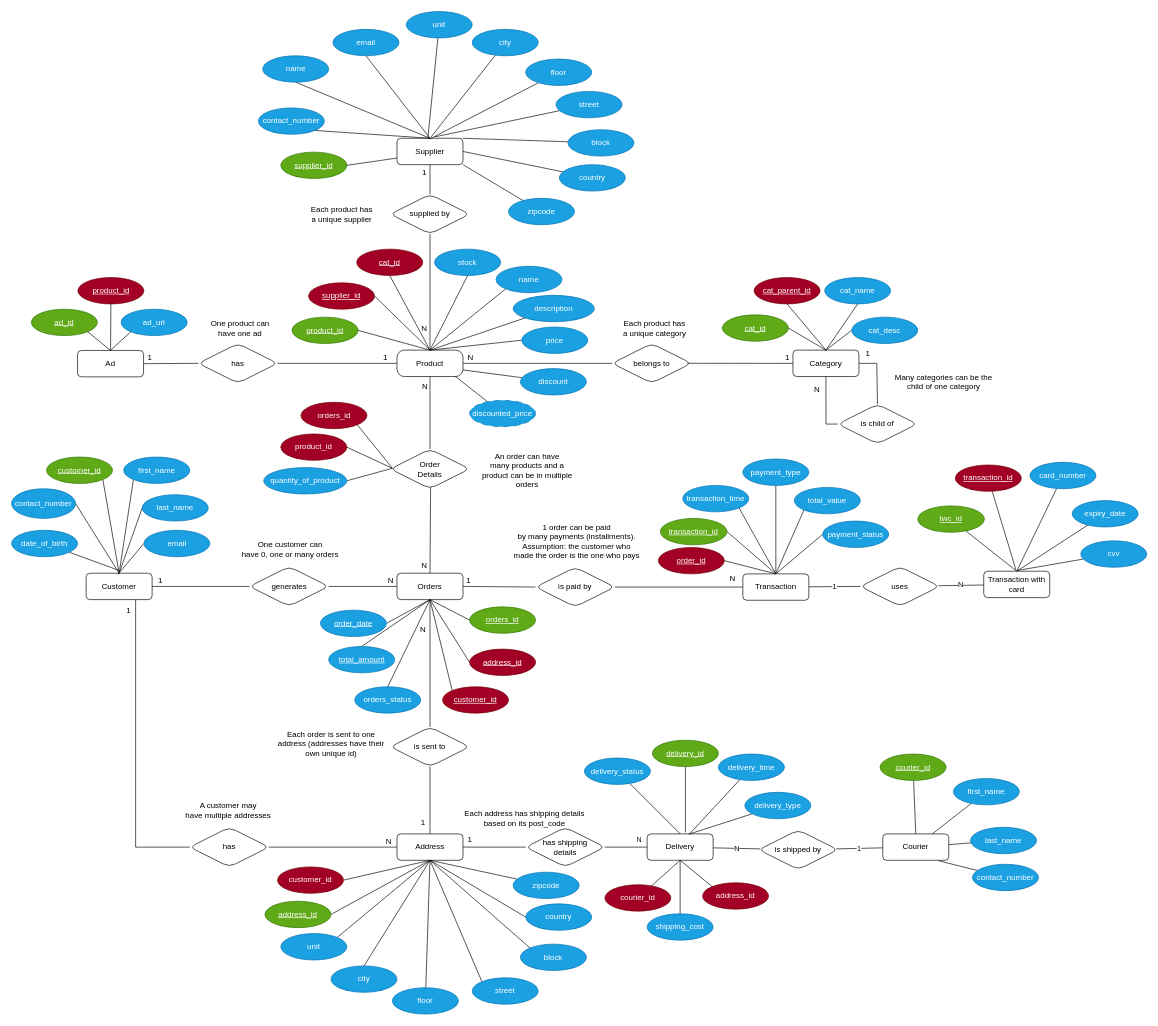
Earlier version of the draw.io diagram E_R_Diagram/final_ER.drawio (diego-karsa/Data-Management-Group-15). Source tidied: cells renumbered, new cells numbered last; positions are measured from the earlier drawing's top-left corner, leaving out a move shared by most shapes. Both pictures are drawn from the tidied source at 66%, with x=0, y=0 at pixel (11, 11).
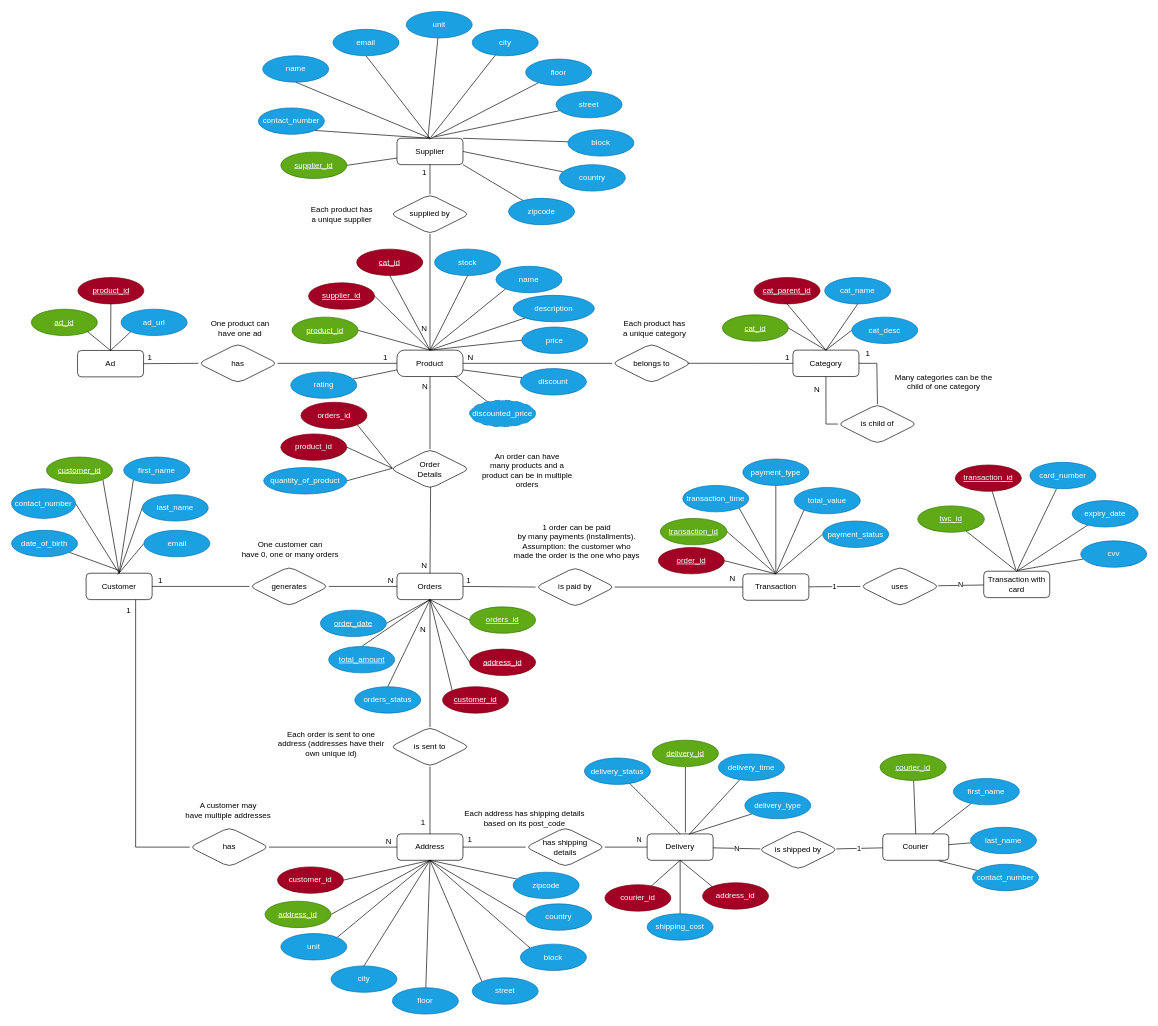
The same page after the edit.

The change refers to these unchanged cells:
```xml
<mxCell id="4" value="Product" style="whiteSpace=wrap;html=1;align=center;rounded=1;arcSize=28;" parent="1" vertex="1">
  <mxGeometry x="584" y="513" width="100" height="40" as="geometry" />
</mxCell>
```

The edit, as a diff of the source:
```diff
@@
+    <mxCell id="225" style="edgeStyle=none;html=1;entryX=0;entryY=0.75;entryDx=0;entryDy=0;endArrow=none;endFill=0;" parent="1" edge="1" source="226" target="4">
+      <mxGeometry relative="1" as="geometry" />
+    </mxCell>
+    <mxCell id="226" value="rating" style="ellipse;whiteSpace=wrap;html=1;align=center;fontStyle=0;rounded=1;fillColor=#1ba1e2;fontColor=#ffffff;strokeColor=#006EAF;" parent="1" vertex="1">
+      <mxGeometry x="423" y="546" width="100" height="40" as="geometry" />
+    </mxCell>
```
